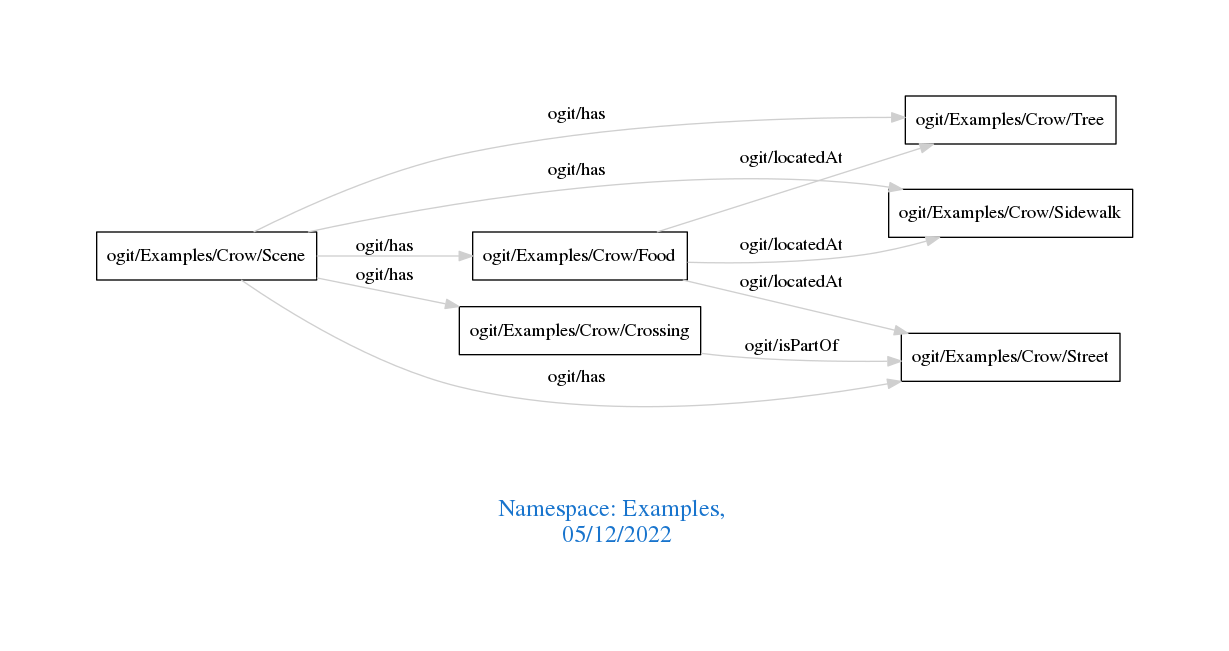
This is downloads/Examples.png from arago/OGIT, a Graphviz export, as it was before one commit. Its source is kept beside it as downloads/Examples.dot.
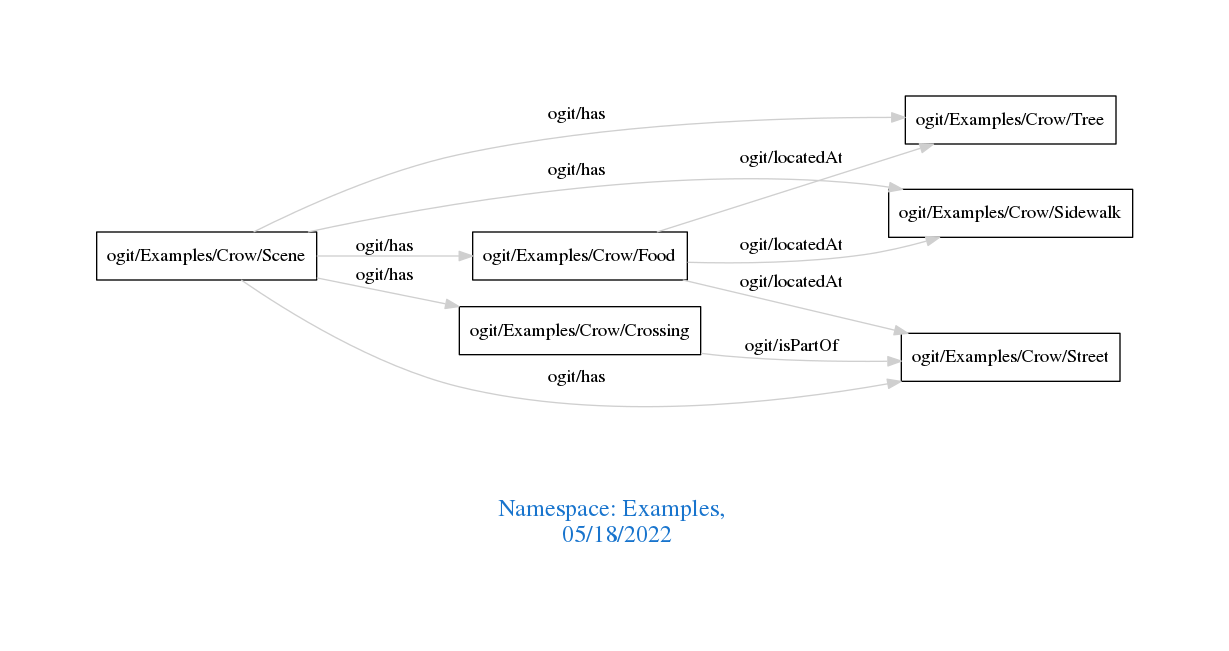
The same diagram one commit later.

What changed in the source:
```diff
@@ -1,7 +1,7 @@
 digraph OGIT_ontology {
  graph [ rankdir= LR,pad=1
 fontsize = 18,
-fontcolor= dodgerblue3,label = "\n\n\nNamespace: Examples, \n 05/12/2022"];
+fontcolor= dodgerblue3,label = "\n\n\nNamespace: Examples, \n 05/18/2022"];
 node[shape=polygon];
 edge [  color="gray81"];
 
```
